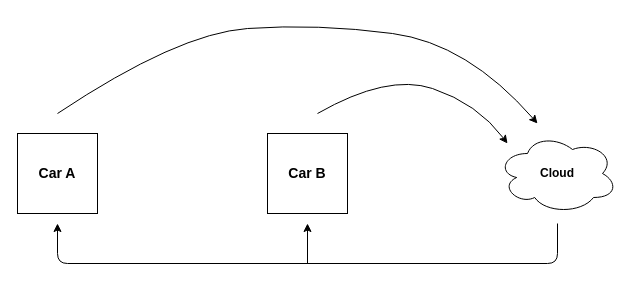
Above: Untitled Diagram.drawio in tabidax/multi-docker (draw.io), before the change. Source tidied: cells renumbered, new cells numbered last; positions are measured from the earlier drawing's top-left corner, leaving out a move shared by most shapes. Both pictures are drawn from the tidied source at 100%, with x=0, y=0 at pixel (17, 23).
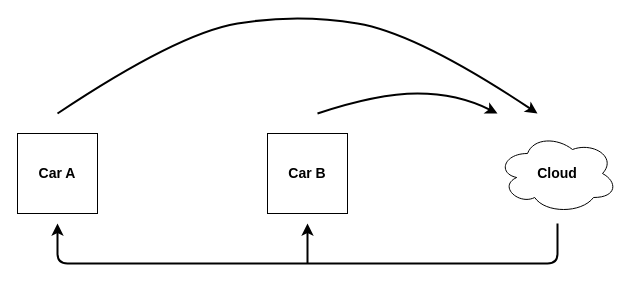
The same page after the edit.

The edit, as a diff of the source:
```diff
@@
 <mxGraphModel>
   <root>
     <mxCell id="0" />
     <mxCell id="1" parent="0" />
     <mxCell id="2" value="&lt;b&gt;&lt;font style=&quot;font-size: 14px&quot;&gt;Car A&lt;/font&gt;&lt;/b&gt;" style="whiteSpace=wrap;html=1;" parent="1" vertex="1">
       <mxGeometry y="110" width="80" height="80" as="geometry" />
     </mxCell>
     <mxCell id="3" value="&lt;b&gt;&lt;font style=&quot;font-size: 14px&quot;&gt;Car B&lt;/font&gt;&lt;/b&gt;" style="whiteSpace=wrap;html=1;" parent="1" vertex="1">
       <mxGeometry x="250" y="110" width="80" height="80" as="geometry" />
     </mxCell>
-    <mxCell id="4" value="&lt;b&gt;Cloud&lt;/b&gt;" style="ellipse;shape=cloud;whiteSpace=wrap;html=1;" parent="1" vertex="1">
+    <mxCell id="4" value="&lt;b&gt;&lt;font style=&quot;font-size: 14px&quot;&gt;Cloud&lt;/font&gt;&lt;/b&gt;" style="ellipse;shape=cloud;whiteSpace=wrap;html=1;" parent="1" vertex="1">
       <mxGeometry x="480" y="110" width="120" height="80" as="geometry" />
     </mxCell>
-    <mxCell id="5" style="curved=1;endArrow=classic;html=1;" parent="1" edge="1">
+    <mxCell id="5" style="curved=1;endArrow=classic;html=1;fontStyle=0;strokeWidth=2;shadow=0;comic=0;strokeColor=#000000;" parent="1" edge="1">
       <mxGeometry relative="1" as="geometry">
         <mxPoint x="40" y="90" as="sourcePoint" />
-        <mxPoint x="520" y="100" as="targetPoint" />
+        <mxPoint x="520" y="90" as="targetPoint" />
         <Array as="points">
           <mxPoint x="160" y="10" />
-          <mxPoint x="300" />
-          <mxPoint x="450" y="20" />
+          <mxPoint x="280" y="-10" />
+          <mxPoint x="400" y="10" />
         </Array>
       </mxGeometry>
     </mxCell>
-    <mxCell id="6" style="curved=1;endArrow=classic;html=1;" parent="1" edge="1">
+    <mxCell id="6" style="curved=1;endArrow=classic;html=1;strokeWidth=2;" parent="1" edge="1">
       <mxGeometry relative="1" as="geometry">
         <mxPoint x="300" y="90" as="sourcePoint" />
-        <mxPoint x="490" y="120" as="targetPoint" />
+        <mxPoint x="480" y="90" as="targetPoint" />
         <Array as="points">
-          <mxPoint x="370" y="50" />
-          <mxPoint x="460" y="80" />
+          <mxPoint x="360" y="70" />
+          <mxPoint x="440" y="70" />
         </Array>
       </mxGeometry>
     </mxCell>
-    <mxCell id="7" style="edgeStyle=elbowEdgeStyle;elbow=vertical;endArrow=classic;html=1;" parent="1" edge="1">
+    <mxCell id="7" style="edgeStyle=elbowEdgeStyle;elbow=vertical;endArrow=classic;html=1;fontSize=18;strokeWidth=2;" parent="1" edge="1">
       <mxGeometry relative="1" as="geometry">
         <mxPoint x="540" y="200" as="sourcePoint" />
         <mxPoint x="40" y="200" as="targetPoint" />
         <Array as="points">
           <mxPoint x="290" y="240" />
         </Array>
       </mxGeometry>
     </mxCell>
-    <mxCell id="8" style="endArrow=classic;html=1;" parent="1" edge="1">
+    <mxCell id="8" style="endArrow=classic;html=1;fontSize=18;strokeWidth=2;" parent="1" edge="1">
       <mxGeometry relative="1" as="geometry">
         <mxPoint x="290" y="240" as="sourcePoint" />
         <mxPoint x="290" y="200" as="targetPoint" />
       </mxGeometry>
     </mxCell>
   </root>
 </mxGraphModel>
```
